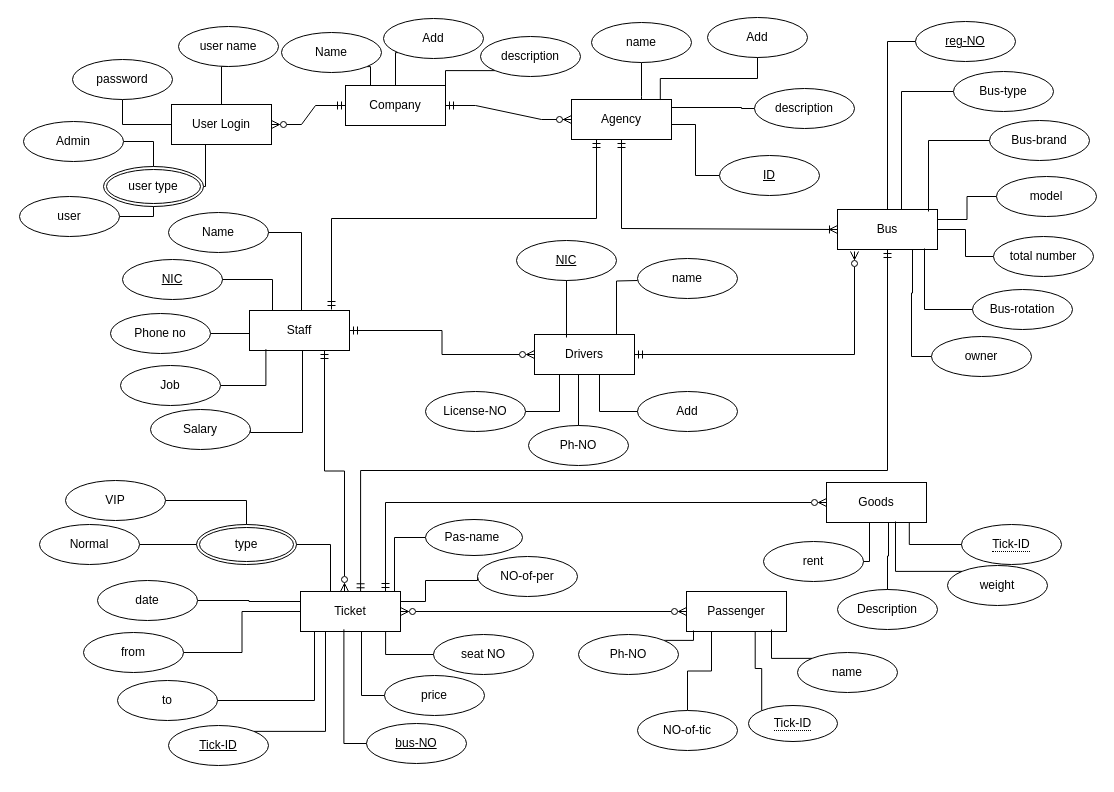
akram-mal/Transportation-management-system keeps this draw.io diagram as page "Page-1" (1 of 2) of TMS.drawio. Above is the earlier version. Source tidied: cells renumbered, new cells numbered last; positions are measured from the earlier drawing's top-left corner, leaving out a move shared by most shapes. Both pictures are drawn from the tidied source at 100%, with x=0, y=0 at pixel (19, 17).
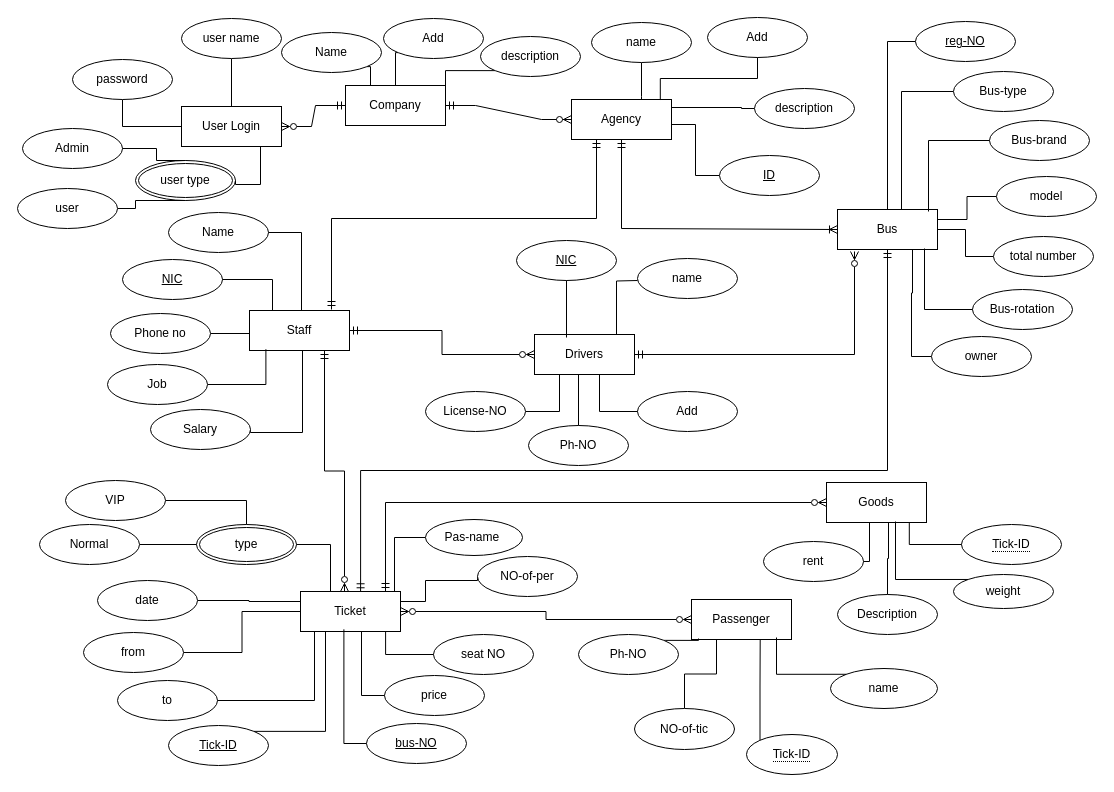
After the change.

Unchanged cells that the change refers to:
```xml
<mxCell id="9" value="Ticket" style="whiteSpace=wrap;html=1;align=center;labelBackgroundColor=none;rounded=0;backgroundOutline=0;" parent="1" vertex="1">
  <mxGeometry x="281" y="574" width="100" height="40" as="geometry" />
</mxCell>
<mxCell id="12" value="Goods" style="whiteSpace=wrap;html=1;align=center;labelBackgroundColor=none;rounded=0;backgroundOutline=0;" parent="1" vertex="1">
  <mxGeometry x="807" y="465" width="100" height="40" as="geometry" />
</mxCell>
```

Diff of the diagram source:
```diff
@@
-    <mxCell id="2" value="User Login" style="whiteSpace=wrap;html=1;align=center;labelBackgroundColor=none;rounded=0;backgroundOutline=0;" parent="1" vertex="1">
-      <mxGeometry x="152" y="87" width="100" height="40" as="geometry" />
-    </mxCell>
@@
     <mxCell id="8" style="edgeStyle=orthogonalEdgeStyle;rounded=0;jettySize=auto;html=1;exitX=0.85;exitY=0;exitDx=0;exitDy=0;entryX=0;entryY=0.5;entryDx=0;entryDy=0;exitPerimeter=0;endArrow=ERzeroToMany;endFill=0;startArrow=ERmandOne;startFill=0;" parent="1" edge="1" source="9" target="12">
-      <mxGeometry relative="1" as="geometry" />
+      <mxGeometry relative="1" as="geometry">
+        <Array as="points">
+          <mxPoint x="366" y="485" />
+        </Array>
+      </mxGeometry>
     </mxCell>
@@
     <mxCell id="11" value="Passenger" style="whiteSpace=wrap;html=1;align=center;labelBackgroundColor=none;rounded=0;backgroundOutline=0;" parent="1" vertex="1">
-      <mxGeometry x="667" y="574" width="100" height="40" as="geometry" />
+      <mxGeometry x="672" y="582" width="100" height="40" as="geometry" />
     </mxCell>
@@
     <mxCell id="14" value="user name" style="ellipse;whiteSpace=wrap;html=1;align=center;labelBackgroundColor=none;rounded=0;backgroundOutline=0;" parent="1" vertex="1">
-      <mxGeometry x="159" y="9" width="100" height="40" as="geometry" />
+      <mxGeometry x="162" y="1" width="100" height="40" as="geometry" />
     </mxCell>
@@
     <mxCell id="34" value="user type" style="ellipse;shape=doubleEllipse;margin=3;whiteSpace=wrap;html=1;align=center;labelBackgroundColor=none;rounded=0;backgroundOutline=0;" parent="1" vertex="1">
-      <mxGeometry x="84" y="149" width="100" height="40" as="geometry" />
+      <mxGeometry x="116" y="143" width="100" height="40" as="geometry" />
     </mxCell>
-    <mxCell id="35" style="edgeStyle=orthogonalEdgeStyle;rounded=0;jettySize=auto;html=1;exitX=1;exitY=0.5;exitDx=0;exitDy=0;labelBackgroundColor=none;fontColor=default;backgroundOutline=0;endArrow=none;startFill=0;" parent="1" edge="1" source="36" target="34">
-      <mxGeometry relative="1" as="geometry" />
-    </mxCell>
     <mxCell id="36" value="Admin" style="ellipse;whiteSpace=wrap;html=1;align=center;labelBackgroundColor=none;rounded=0;backgroundOutline=0;" parent="1" vertex="1">
-      <mxGeometry x="4" y="104" width="100" height="40" as="geometry" />
+      <mxGeometry x="3" y="111" width="100" height="40" as="geometry" />
     </mxCell>
-    <mxCell id="37" style="edgeStyle=orthogonalEdgeStyle;rounded=0;jettySize=auto;html=1;exitX=1;exitY=0.5;exitDx=0;exitDy=0;entryX=0.5;entryY=1;entryDx=0;entryDy=0;labelBackgroundColor=none;fontColor=default;backgroundOutline=0;endArrow=none;startFill=0;" parent="1" edge="1" source="38" target="34">
-      <mxGeometry relative="1" as="geometry" />
+    <mxCell id="37" style="edgeStyle=orthogonalEdgeStyle;rounded=0;jettySize=auto;html=1;exitX=1;exitY=0.5;exitDx=0;exitDy=0;labelBackgroundColor=none;fontColor=default;backgroundOutline=0;endArrow=none;startFill=0;entryX=0.5;entryY=1;entryDx=0;entryDy=0;" parent="1" edge="1" source="38" target="34">
+      <mxGeometry relative="1" as="geometry">
+        <Array as="points">
+          <mxPoint x="116" y="191" />
+          <mxPoint x="116" y="183" />
+        </Array>
+      </mxGeometry>
     </mxCell>
     <mxCell id="38" value="user" style="ellipse;whiteSpace=wrap;html=1;align=center;labelBackgroundColor=none;rounded=0;backgroundOutline=0;" parent="1" vertex="1">
-      <mxGeometry y="179" width="100" height="40" as="geometry" />
+      <mxGeometry x="-2" y="171" width="100" height="40" as="geometry" />
     </mxCell>
     <mxCell id="39" style="edgeStyle=orthogonalEdgeStyle;rounded=0;jettySize=auto;html=1;exitX=1;exitY=0.5;exitDx=0;exitDy=0;entryX=0.34;entryY=1;entryDx=0;entryDy=0;entryPerimeter=0;labelBackgroundColor=none;fontColor=default;backgroundOutline=0;endArrow=none;startFill=0;" parent="1" edge="1" source="34" target="2">
       <mxGeometry relative="1" as="geometry">
         <Array as="points">
-          <mxPoint x="186" y="169" />
+          <mxPoint x="241" y="167" />
+          <mxPoint x="241" y="129" />
         </Array>
       </mxGeometry>
     </mxCell>
@@
     <mxCell id="44" value="Job" style="ellipse;whiteSpace=wrap;html=1;align=center;labelBackgroundColor=none;rounded=0;backgroundOutline=0;" parent="1" vertex="1">
-      <mxGeometry x="101" y="348" width="100" height="40" as="geometry" />
+      <mxGeometry x="88" y="347" width="100" height="40" as="geometry" />
     </mxCell>
@@
     <mxCell id="82" value="name" style="ellipse;whiteSpace=wrap;html=1;align=center;labelBackgroundColor=none;rounded=0;backgroundOutline=0;" parent="1" vertex="1">
-      <mxGeometry x="778" y="635" width="100" height="40" as="geometry" />
+      <mxGeometry x="811" y="651" width="107" height="40" as="geometry" />
     </mxCell>
@@
     <mxCell id="85" value="NO-of-tic" style="ellipse;whiteSpace=wrap;html=1;align=center;labelBackgroundColor=none;rounded=0;backgroundOutline=0;" parent="1" vertex="1">
-      <mxGeometry x="618" y="693" width="100" height="40" as="geometry" />
+      <mxGeometry x="615" y="691" width="100" height="41" as="geometry" />
     </mxCell>
@@
     <mxCell id="90" value="weight" style="ellipse;whiteSpace=wrap;html=1;align=center;labelBackgroundColor=none;rounded=0;backgroundOutline=0;" parent="1" vertex="1">
-      <mxGeometry x="928" y="548" width="100" height="40" as="geometry" />
+      <mxGeometry x="934" y="557" width="100" height="34" as="geometry" />
     </mxCell>
     <mxCell id="91" value="Description" style="ellipse;whiteSpace=wrap;html=1;align=center;labelBackgroundColor=none;rounded=0;backgroundOutline=0;" parent="1" vertex="1">
-      <mxGeometry x="818" y="572" width="100" height="40" as="geometry" />
+      <mxGeometry x="818" y="577" width="100" height="40" as="geometry" />
     </mxCell>
@@
     <mxCell id="115" value="&lt;span style=&quot;border-bottom: 1px dotted&quot;&gt;Tick-ID&lt;/span&gt;" style="ellipse;whiteSpace=wrap;html=1;align=center;" parent="1" vertex="1">
-      <mxGeometry x="729" y="688" width="89" height="36" as="geometry" />
+      <mxGeometry x="727" y="717" width="91" height="40" as="geometry" />
     </mxCell>
@@
+    <mxCell id="35" style="edgeStyle=orthogonalEdgeStyle;rounded=0;jettySize=auto;html=1;exitX=1;exitY=0.5;exitDx=0;exitDy=0;labelBackgroundColor=none;fontColor=default;backgroundOutline=0;endArrow=none;startFill=0;entryX=0.5;entryY=0;entryDx=0;entryDy=0;" parent="1" edge="1" source="36" target="34">
+      <mxGeometry relative="1" as="geometry">
+        <Array as="points">
+          <mxPoint x="137" y="131" />
+          <mxPoint x="137" y="143" />
+        </Array>
+      </mxGeometry>
+    </mxCell>
+    <mxCell id="2" value="User Login" style="whiteSpace=wrap;html=1;align=center;labelBackgroundColor=none;rounded=0;backgroundOutline=0;" parent="1" vertex="1">
+      <mxGeometry x="162" y="89" width="100" height="40" as="geometry" />
+    </mxCell>
```
